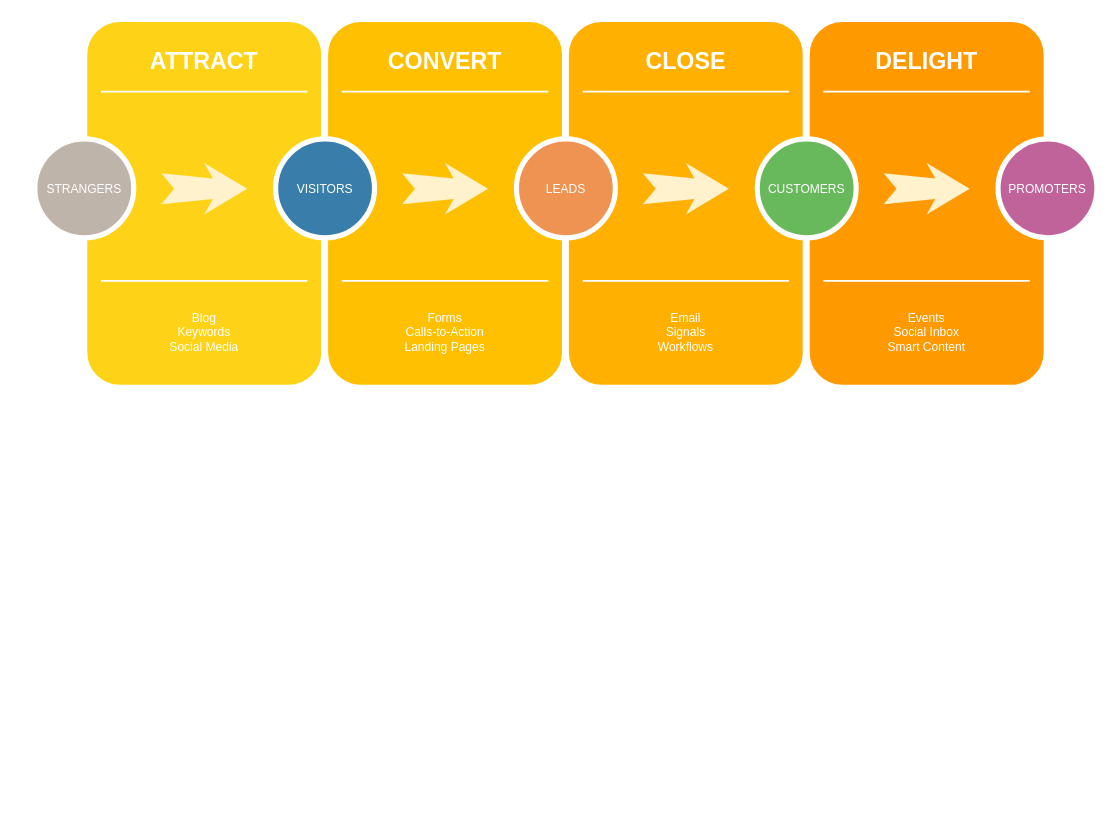
The draw.io diagram Диаграмма без названия.drawio in Andrey-Bushman/data-import, before the edit. Source tidied: cells renumbered, new cells numbered last; positions are measured from the earlier drawing's top-left corner, leaving out a move shared by most shapes. Both pictures are drawn from the tidied source at 86%, with x=0, y=0 at pixel (34, 18).
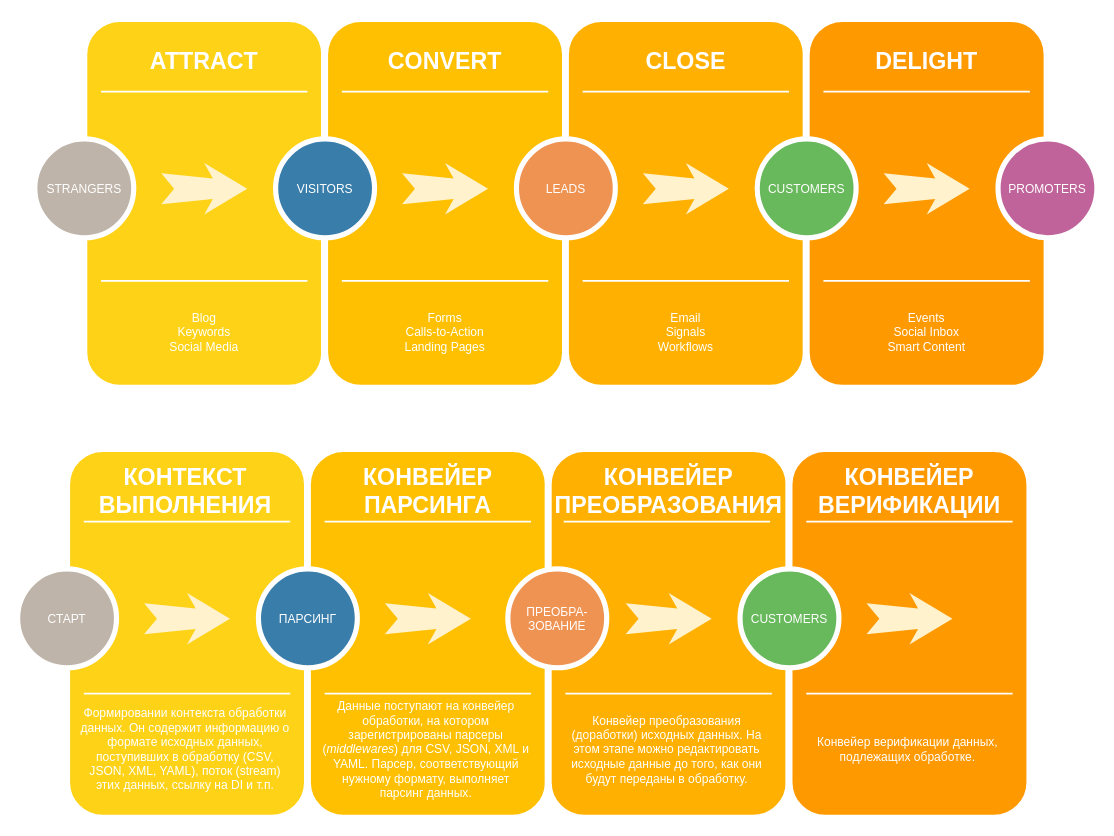
The same page after the edit.

The edit, as a diff of the source:
```diff
@@
+    <mxCell id="31" style="whiteSpace=wrap;html=1;rounded=1;shadow=0;strokeWidth=8;fontSize=20;align=center;fillColor=#FED217;strokeColor=#FFFFFF;" parent="1" vertex="1">
+      <mxGeometry x="37" y="500" width="280" height="430" as="geometry" />
+    </mxCell>
+    <mxCell id="32" value="КОНТЕКСТ ВЫПОЛНЕНИЯ" style="text;html=1;strokeColor=none;fillColor=none;align=center;verticalAlign=middle;whiteSpace=wrap;rounded=0;shadow=0;fontSize=27;fontColor=#FFFFFF;fontStyle=1;" parent="1" vertex="1">
+      <mxGeometry x="50" y="520" width="250" height="60" as="geometry" />
+    </mxCell>
+    <mxCell id="33" value="Формировании контекста обработки данных. Он содержит информацию о формате исходных данных, поступивших в обработку (CSV, JSON, XML, YAML), поток (stream) этих данных, ссылку на DI и т.п." style="text;html=1;strokeColor=none;fillColor=none;align=center;verticalAlign=middle;whiteSpace=wrap;rounded=0;shadow=0;fontSize=14;fontColor=#FFFFFF;" parent="1" vertex="1">
+      <mxGeometry x="50" y="790" width="250" height="120" as="geometry" />
+    </mxCell>
+    <mxCell id="34" style="line;strokeWidth=2;html=1;rounded=0;shadow=0;fontSize=27;align=center;fillColor=none;strokeColor=#FFFFFF;" parent="1" vertex="1">
+      <mxGeometry x="57" y="580" width="240" height="10" as="geometry" />
+    </mxCell>
+    <mxCell id="35" style="line;strokeWidth=2;html=1;rounded=0;shadow=0;fontSize=27;align=center;fillColor=none;strokeColor=#FFFFFF;" parent="1" vertex="1">
+      <mxGeometry x="57" y="780" width="240" height="10" as="geometry" />
+    </mxCell>
+    <mxCell id="36" value="СТАРТ" style="ellipse;whiteSpace=wrap;html=1;rounded=0;shadow=0;strokeWidth=6;fontSize=14;align=center;fillColor=#BFB4A9;strokeColor=#FFFFFF;fontColor=#FFFFFF;" parent="1" vertex="1">
+      <mxGeometry x="-20" y="640" width="115" height="115" as="geometry" />
+    </mxCell>
+    <mxCell id="37" style="html=1;shadow=0;dashed=0;align=center;verticalAlign=middle;shape=mxgraph.arrows2.stylisedArrow;dy=0.6;dx=40;notch=15;feather=0.4;rounded=0;strokeWidth=1;fontSize=27;strokeColor=none;fillColor=#fff2cc;" parent="1" vertex="1">
+      <mxGeometry x="127" y="668" width="100" height="60" as="geometry" />
+    </mxCell>
+    <mxCell id="38" style="whiteSpace=wrap;html=1;rounded=1;shadow=0;strokeWidth=8;fontSize=20;align=center;fillColor=#FFC001;strokeColor=#FFFFFF;" parent="1" vertex="1">
+      <mxGeometry x="317" y="500" width="280" height="430" as="geometry" />
+    </mxCell>
+    <mxCell id="39" value="КОНВЕЙЕР ПАРСИНГА" style="text;html=1;strokeColor=none;fillColor=none;align=center;verticalAlign=middle;whiteSpace=wrap;rounded=0;shadow=0;fontSize=27;fontColor=#FFFFFF;fontStyle=1;" parent="1" vertex="1">
+      <mxGeometry x="317" y="520" width="280" height="60" as="geometry" />
+    </mxCell>
+    <mxCell id="40" value="Данные поступают на конвейер обработки, на котором зарегистрированы парсеры (&lt;i&gt;middlewares&lt;/i&gt;) для CSV, JSON, XML и YAML. Парсер, соответствующий нужному формату, выполняет парсинг данных." style="text;html=1;strokeColor=none;fillColor=none;align=center;verticalAlign=middle;whiteSpace=wrap;rounded=0;shadow=0;fontSize=14;fontColor=#FFFFFF;" parent="1" vertex="1">
+      <mxGeometry x="330" y="790" width="250" height="120" as="geometry" />
+    </mxCell>
+    <mxCell id="41" style="line;strokeWidth=2;html=1;rounded=0;shadow=0;fontSize=27;align=center;fillColor=none;strokeColor=#FFFFFF;" parent="1" vertex="1">
+      <mxGeometry x="337" y="580" width="240" height="10" as="geometry" />
+    </mxCell>
+    <mxCell id="42" style="line;strokeWidth=2;html=1;rounded=0;shadow=0;fontSize=27;align=center;fillColor=none;strokeColor=#FFFFFF;" parent="1" vertex="1">
+      <mxGeometry x="337" y="780" width="240" height="10" as="geometry" />
+    </mxCell>
+    <mxCell id="43" value="ПАРСИНГ" style="ellipse;whiteSpace=wrap;html=1;rounded=0;shadow=0;strokeWidth=6;fontSize=14;align=center;fillColor=#397DAA;strokeColor=#FFFFFF;fontColor=#FFFFFF;" parent="1" vertex="1">
+      <mxGeometry x="260" y="640" width="115" height="115" as="geometry" />
+    </mxCell>
+    <mxCell id="44" style="html=1;shadow=0;dashed=0;align=center;verticalAlign=middle;shape=mxgraph.arrows2.stylisedArrow;dy=0.6;dx=40;notch=15;feather=0.4;rounded=0;strokeWidth=1;fontSize=27;strokeColor=none;fillColor=#fff2cc;" parent="1" vertex="1">
+      <mxGeometry x="407" y="668" width="100" height="60" as="geometry" />
+    </mxCell>
+    <mxCell id="45" style="whiteSpace=wrap;html=1;rounded=1;shadow=0;strokeWidth=8;fontSize=20;align=center;fillColor=#FFB001;strokeColor=#FFFFFF;" parent="1" vertex="1">
+      <mxGeometry x="597" y="500" width="280" height="430" as="geometry" />
+    </mxCell>
+    <mxCell id="46" value="КОНВЕЙЕР ПРЕОБРАЗОВАНИЯ" style="text;html=1;strokeColor=none;fillColor=none;align=center;verticalAlign=middle;whiteSpace=wrap;rounded=0;shadow=0;fontSize=27;fontColor=#FFFFFF;fontStyle=1;" parent="1" vertex="1">
+      <mxGeometry x="597" y="525" width="280" height="50" as="geometry" />
+    </mxCell>
+    <mxCell id="47" value="Конвейер преобразования (доработки) исходных данных. На этом этапе можно редактировать исходные данные до того, как они будут переданы в обработку." style="text;html=1;strokeColor=none;fillColor=none;align=center;verticalAlign=middle;whiteSpace=wrap;rounded=0;shadow=0;fontSize=14;fontColor=#FFFFFF;" parent="1" vertex="1">
+      <mxGeometry x="610" y="790" width="250" height="120" as="geometry" />
+    </mxCell>
+    <mxCell id="48" style="line;strokeWidth=2;html=1;rounded=0;shadow=0;fontSize=27;align=center;fillColor=none;strokeColor=#FFFFFF;" parent="1" vertex="1">
+      <mxGeometry x="615" y="580" width="240" height="10" as="geometry" />
+    </mxCell>
+    <mxCell id="49" style="line;strokeWidth=2;html=1;rounded=0;shadow=0;fontSize=27;align=center;fillColor=none;strokeColor=#FFFFFF;" parent="1" vertex="1">
+      <mxGeometry x="617" y="780" width="240" height="10" as="geometry" />
+    </mxCell>
+    <mxCell id="50" value="ПРЕОБРА-ЗОВАНИЕ" style="ellipse;whiteSpace=wrap;html=1;rounded=0;shadow=0;strokeWidth=6;fontSize=14;align=center;fillColor=#EF9353;strokeColor=#FFFFFF;fontColor=#FFFFFF;" parent="1" vertex="1">
+      <mxGeometry x="550" y="640" width="115" height="115" as="geometry" />
+    </mxCell>
+    <mxCell id="51" style="html=1;shadow=0;dashed=0;align=center;verticalAlign=middle;shape=mxgraph.arrows2.stylisedArrow;dy=0.6;dx=40;notch=15;feather=0.4;rounded=0;strokeWidth=1;fontSize=27;strokeColor=none;fillColor=#fff2cc;" parent="1" vertex="1">
+      <mxGeometry x="687" y="668" width="100" height="60" as="geometry" />
+    </mxCell>
+    <mxCell id="52" style="whiteSpace=wrap;html=1;rounded=1;shadow=0;strokeWidth=8;fontSize=20;align=center;fillColor=#FE9900;strokeColor=#FFFFFF;" parent="1" vertex="1">
+      <mxGeometry x="877" y="500" width="280" height="430" as="geometry" />
+    </mxCell>
+    <mxCell id="53" value="КОНВЕЙЕР ВЕРИФИКАЦИИ" style="text;html=1;strokeColor=none;fillColor=none;align=center;verticalAlign=middle;whiteSpace=wrap;rounded=0;shadow=0;fontSize=27;fontColor=#FFFFFF;fontStyle=1;" parent="1" vertex="1">
+      <mxGeometry x="877" y="520" width="280" height="60" as="geometry" />
+    </mxCell>
+    <mxCell id="54" value="Конвейер верификации данных, подлежащих обработке." style="text;html=1;strokeColor=none;fillColor=none;align=center;verticalAlign=middle;whiteSpace=wrap;rounded=0;shadow=0;fontSize=14;fontColor=#FFFFFF;" parent="1" vertex="1">
+      <mxGeometry x="890" y="790" width="250" height="120" as="geometry" />
+    </mxCell>
+    <mxCell id="55" style="line;strokeWidth=2;html=1;rounded=0;shadow=0;fontSize=27;align=center;fillColor=none;strokeColor=#FFFFFF;" parent="1" vertex="1">
+      <mxGeometry x="897" y="580" width="240" height="10" as="geometry" />
+    </mxCell>
+    <mxCell id="56" style="line;strokeWidth=2;html=1;rounded=0;shadow=0;fontSize=27;align=center;fillColor=none;strokeColor=#FFFFFF;" parent="1" vertex="1">
+      <mxGeometry x="897" y="780" width="240" height="10" as="geometry" />
+    </mxCell>
+    <mxCell id="57" value="CUSTOMERS" style="ellipse;whiteSpace=wrap;html=1;rounded=0;shadow=0;strokeWidth=6;fontSize=14;align=center;fillColor=#68B85C;strokeColor=#FFFFFF;fontColor=#FFFFFF;" parent="1" vertex="1">
+      <mxGeometry x="820" y="640" width="115" height="115" as="geometry" />
+    </mxCell>
+    <mxCell id="58" style="html=1;shadow=0;dashed=0;align=center;verticalAlign=middle;shape=mxgraph.arrows2.stylisedArrow;dy=0.6;dx=40;notch=15;feather=0.4;rounded=0;strokeWidth=1;fontSize=27;strokeColor=none;fillColor=#fff2cc;" parent="1" vertex="1">
+      <mxGeometry x="967" y="668" width="100" height="60" as="geometry" />
+    </mxCell>
```
